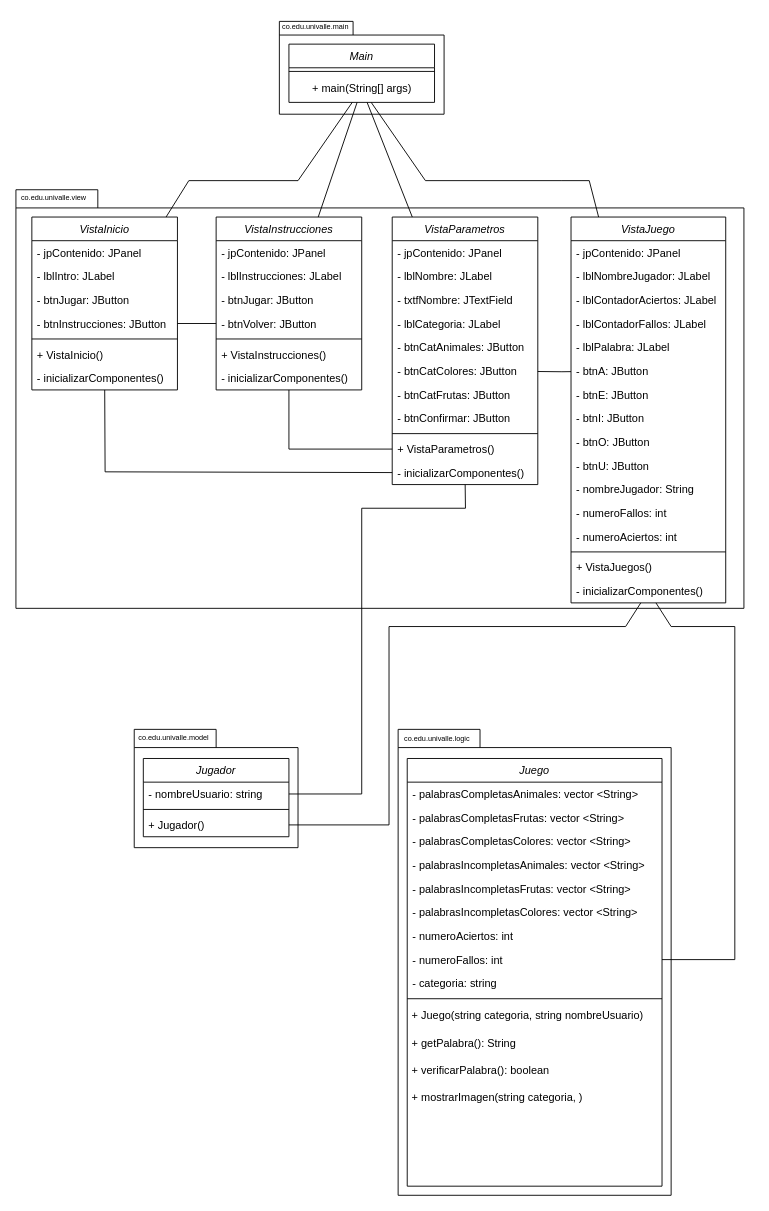
The draw.io diagram Diagrama de Clases MiniProyecto1.drawio in puyojulian/MiniProyecto1FPOE, before the edit. Source tidied: cells renumbered, new cells numbered last; positions are measured from the earlier drawing's top-left corner, leaving out a move shared by most shapes. Both pictures are drawn from the tidied source at 91%, with x=0, y=0 at pixel (15, 15).
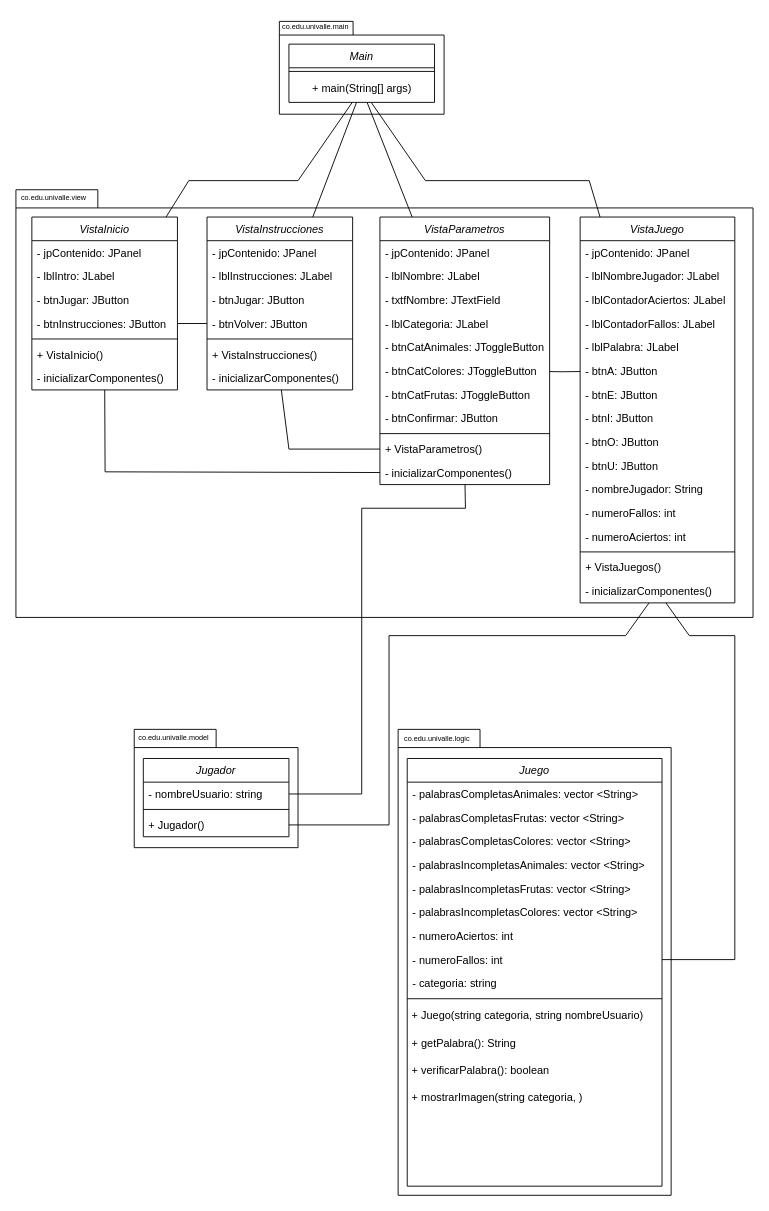
After the change.

Commit message:
Diseño de los botones Categoría a JToggleButton - Diagrama de Clases

The change refers to these unchanged cells:
```xml
<mxCell id="8" value="+ Jugador()" style="text;align=left;verticalAlign=top;spacingLeft=4;spacingRight=4;overflow=hidden;points=[[0,0.5],[1,0.5]];portConstraint=eastwest;" parent="5" vertex="1">
  <mxGeometry y="60" width="160" height="26" as="geometry" />
</mxCell>
<mxCell id="29" value="- numeroFallos: int" style="text;align=left;verticalAlign=top;spacingLeft=4;spacingRight=4;overflow=hidden;points=[[0,0.5],[1,0.5]];portConstraint=eastwest;" parent="21" vertex="1">
  <mxGeometry y="208" width="280" height="26" as="geometry" />
</mxCell>
<mxCell id="76" value="- inicializarComponentes()" style="text;align=left;verticalAlign=top;spacingLeft=4;spacingRight=4;overflow=hidden;points=[[0,0.5],[1,0.5]];portConstraint=eastwest;" parent="60" vertex="1">
  <mxGeometry y="398" width="170" height="26" as="geometry" />
</mxCell>
```

Change to the diagram source:
```diff
@@
     <mxCell id="9" style="shape=folder;fontStyle=1;spacingTop=10;tabWidth=90;tabHeight=20;tabPosition=left;html=1;whiteSpace=wrap;" parent="1" vertex="1">
-      <mxGeometry y="191" width="800" height="460" as="geometry" />
+      <mxGeometry y="191" width="810" height="470" as="geometry" />
     </mxCell>
@@
     <mxCell id="13" value="VistaInstrucciones" style="swimlane;fontStyle=2;align=center;verticalAlign=top;horizontal=1;startSize=26;rounded=0;shadow=0;strokeWidth=1;" parent="1" vertex="1">
-      <mxGeometry x="220" y="221" width="160" height="190" as="geometry" />
+      <mxGeometry x="210" y="221" width="160" height="190" as="geometry" />
     </mxCell>
@@
     <mxCell id="44" value="VistaParametros" style="swimlane;fontStyle=2;align=center;verticalAlign=top;horizontal=1;startSize=26;rounded=0;shadow=0;strokeWidth=1;" parent="1" vertex="1">
-      <mxGeometry x="413.5" y="221" width="160" height="294" as="geometry" />
+      <mxGeometry x="400" y="221" width="186.5" height="294" as="geometry" />
     </mxCell>
     <mxCell id="45" value="- jpContenido: JPanel" style="text;align=left;verticalAlign=top;spacingLeft=4;spacingRight=4;overflow=hidden;" parent="44" vertex="1">
-      <mxGeometry y="26" width="160" height="26" as="geometry" />
+      <mxGeometry y="26" width="186.5" height="26" as="geometry" />
     </mxCell>
     <mxCell id="46" value="- lblNombre: JLabel" style="text;align=left;verticalAlign=top;spacingLeft=4;spacingRight=4;overflow=hidden;" parent="44" vertex="1">
-      <mxGeometry y="52" width="160" height="26" as="geometry" />
+      <mxGeometry y="52" width="186.5" height="26" as="geometry" />
     </mxCell>
     <mxCell id="47" value="- txtfNombre: JTextField" style="text;align=left;verticalAlign=top;spacingLeft=4;spacingRight=4;overflow=hidden;rounded=0;shadow=0;html=0;" parent="44" vertex="1">
-      <mxGeometry y="78" width="160" height="26" as="geometry" />
+      <mxGeometry y="78" width="186.5" height="26" as="geometry" />
     </mxCell>
     <mxCell id="48" value="- lblCategoria: JLabel" style="text;align=left;verticalAlign=top;spacingLeft=4;spacingRight=4;overflow=hidden;" parent="44" vertex="1">
-      <mxGeometry y="104" width="160" height="26" as="geometry" />
+      <mxGeometry y="104" width="186.5" height="26" as="geometry" />
     </mxCell>
-    <mxCell id="49" value="- btnCatAnimales: JButton" style="text;align=left;verticalAlign=top;spacingLeft=4;spacingRight=4;overflow=hidden;rounded=0;shadow=0;html=0;" parent="44" vertex="1">
-      <mxGeometry y="130" width="160" height="26" as="geometry" />
+    <mxCell id="49" value="- btnCatAnimales: JToggleButton" style="text;align=left;verticalAlign=top;spacingLeft=4;spacingRight=4;overflow=hidden;rounded=0;shadow=0;html=0;" parent="44" vertex="1">
+      <mxGeometry y="130" width="186.5" height="26" as="geometry" />
     </mxCell>
-    <mxCell id="50" value="- btnCatColores: JButton" style="text;align=left;verticalAlign=top;spacingLeft=4;spacingRight=4;overflow=hidden;points=[[0,0.5],[1,0.5]];portConstraint=eastwest;rounded=0;shadow=0;html=0;" parent="44" vertex="1">
-      <mxGeometry y="156" width="160" height="26" as="geometry" />
+    <mxCell id="50" value="- btnCatColores: JToggleButton" style="text;align=left;verticalAlign=top;spacingLeft=4;spacingRight=4;overflow=hidden;points=[[0,0.5],[1,0.5]];portConstraint=eastwest;rounded=0;shadow=0;html=0;" parent="44" vertex="1">
+      <mxGeometry y="156" width="186.5" height="26" as="geometry" />
     </mxCell>
-    <mxCell id="51" value="- btnCatFrutas: JButton" style="text;align=left;verticalAlign=top;spacingLeft=4;spacingRight=4;overflow=hidden;rounded=0;shadow=0;html=0;" parent="44" vertex="1">
-      <mxGeometry y="182" width="160" height="26" as="geometry" />
+    <mxCell id="51" value="- btnCatFrutas: JToggleButton" style="text;align=left;verticalAlign=top;spacingLeft=4;spacingRight=4;overflow=hidden;rounded=0;shadow=0;html=0;" parent="44" vertex="1">
+      <mxGeometry y="182" width="186.5" height="26" as="geometry" />
     </mxCell>
     <mxCell id="52" value="- btnConfirmar: JButton" style="text;align=left;verticalAlign=top;spacingLeft=4;spacingRight=4;overflow=hidden;rounded=0;shadow=0;html=0;" parent="44" vertex="1">
-      <mxGeometry y="208" width="160" height="26" as="geometry" />
+      <mxGeometry y="208" width="186.5" height="26" as="geometry" />
     </mxCell>
     <mxCell id="53" style="line;html=1;strokeWidth=1;align=left;verticalAlign=middle;spacingTop=-1;spacingLeft=3;spacingRight=3;labelPosition=right;" parent="44" vertex="1">
-      <mxGeometry y="234" width="160" height="8" as="geometry" />
+      <mxGeometry y="234" width="186.5" height="8" as="geometry" />
     </mxCell>
     <mxCell id="54" value="+ VistaParametros()" style="text;align=left;verticalAlign=top;spacingLeft=4;spacingRight=4;overflow=hidden;points=[[0,0.5],[1,0.5]];portConstraint=eastwest;" parent="44" vertex="1">
-      <mxGeometry y="242" width="160" height="26" as="geometry" />
+      <mxGeometry y="242" width="186.5" height="26" as="geometry" />
     </mxCell>
     <mxCell id="55" value="- inicializarComponentes()" style="text;align=left;verticalAlign=top;spacingLeft=4;spacingRight=4;overflow=hidden;points=[[0,0.5],[1,0.5]];portConstraint=eastwest;" parent="44" vertex="1">
-      <mxGeometry y="268" width="160" height="26" as="geometry" />
+      <mxGeometry y="268" width="186.5" height="26" as="geometry" />
     </mxCell>
@@
     <mxCell id="59" style="endArrow=none;html=1;rounded=0;" parent="1" edge="1" source="29" target="76">
       <mxGeometry relative="1" as="geometry">
         <Array as="points">
           <mxPoint x="790" y="1037" />
-          <mxPoint x="790" y="671" />
-          <mxPoint x="720" y="671" />
+          <mxPoint x="790" y="681" />
+          <mxPoint x="740" y="681" />
         </Array>
       </mxGeometry>
     </mxCell>
     <mxCell id="60" value="VistaJuego" style="swimlane;fontStyle=2;align=center;verticalAlign=top;horizontal=1;startSize=26;rounded=0;shadow=0;strokeWidth=1;" parent="1" vertex="1">
-      <mxGeometry x="610" y="221" width="170" height="424" as="geometry" />
+      <mxGeometry x="620" y="221" width="170" height="424" as="geometry" />
     </mxCell>
@@
     <mxCell id="80" style="endArrow=none;html=1;rounded=0;" parent="1" edge="1" source="8" target="76">
       <mxGeometry relative="1" as="geometry">
         <Array as="points">
           <mxPoint x="410" y="889" />
-          <mxPoint x="410" y="671" />
-          <mxPoint x="670" y="671" />
+          <mxPoint x="410" y="681" />
+          <mxPoint x="670" y="681" />
         </Array>
       </mxGeometry>
     </mxCell>
```
